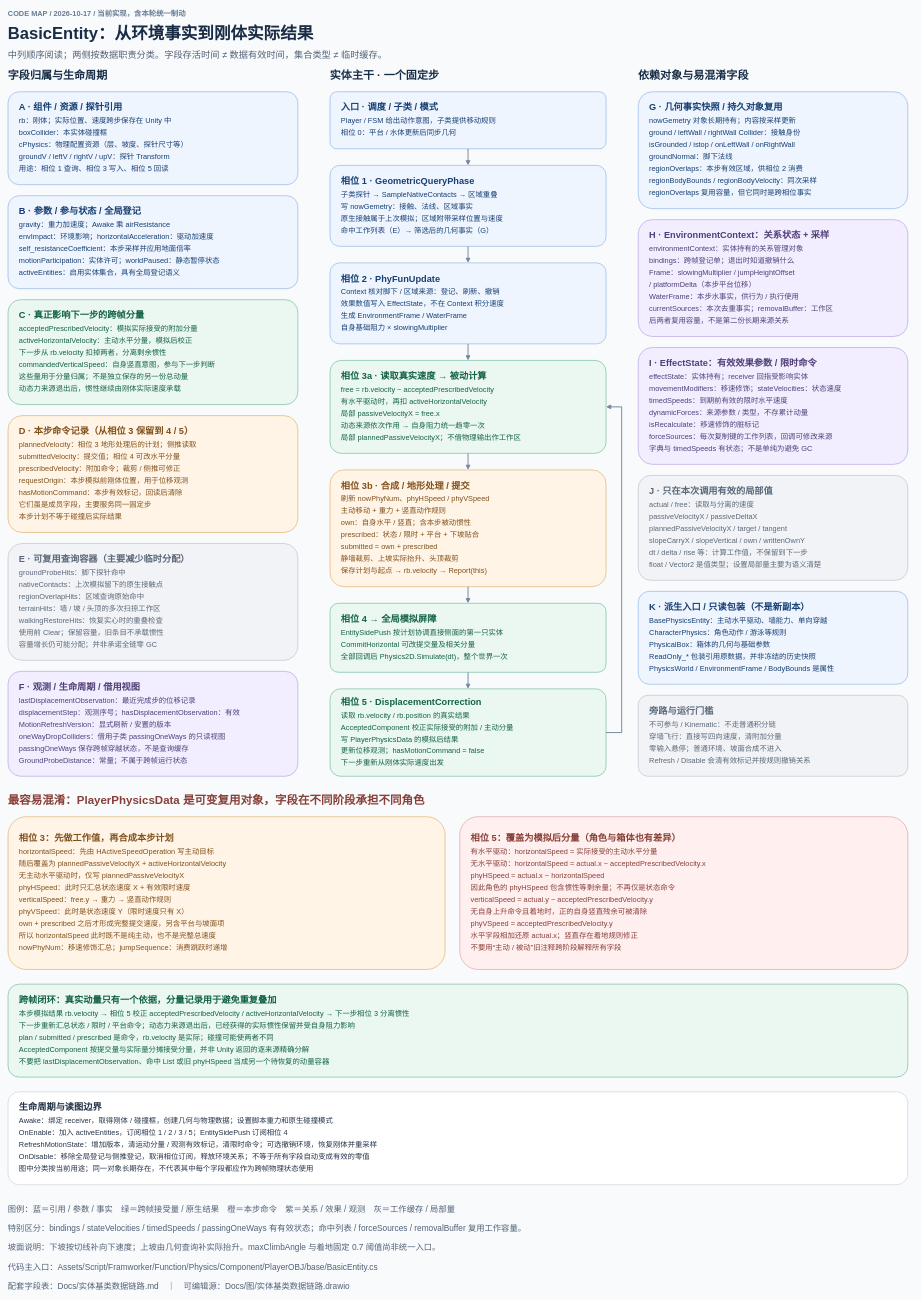
Above: Docs/图/实体基类数据链路.drawio in TaiTanw/New2DObject (draw.io), before the change. Source tidied: cells renumbered, new cells numbered last; positions are measured from the earlier drawing's top-left corner, leaving out a move shared by most shapes. Both pictures are drawn from the tidied source at 46%, with x=0, y=0 at pixel (8, 8).
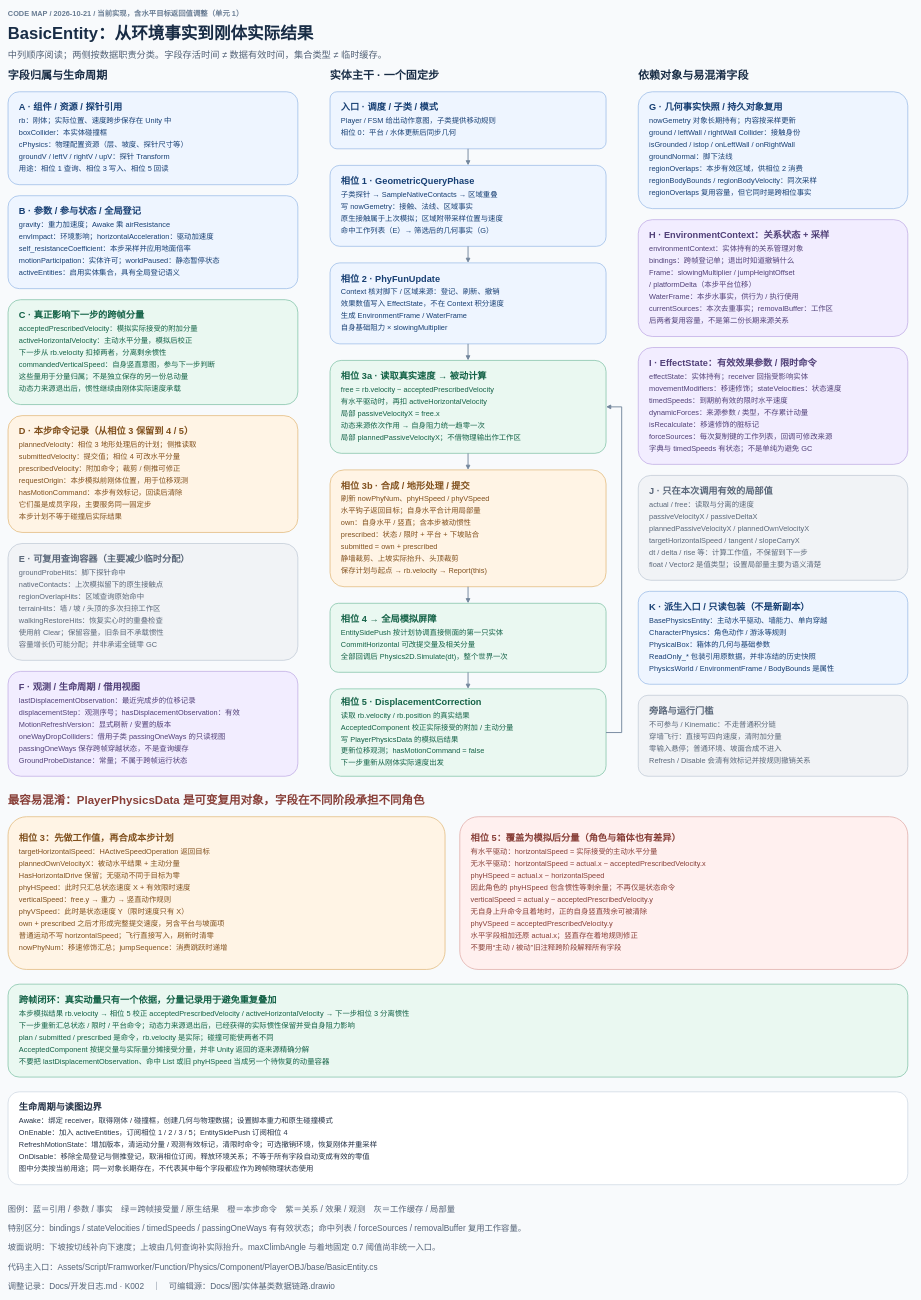
The same page after the edit.

Change to the diagram source:
```diff
@@
-    <mxCell id="12" value="&lt;b style=&quot;font-size:20px&quot;&gt;相位 3b · 合成 / 地形处理 / 提交&lt;/b&gt;&lt;div style=&quot;height:5px&quot;&gt;&lt;/div&gt;&lt;div style=&quot;font-size:16px;line-height:26px&quot;&gt;刷新 nowPhyNum、phyHSpeed / phyVSpeed&lt;/div&gt;&lt;div style=&quot;font-size:16px;line-height:26px&quot;&gt;主动移动 + 重力 + 竖直动作规则&lt;/div&gt;&lt;div style=&quot;font-size:16px;line-height:26px&quot;&gt;own：自身水平 / 竖直；含本步被动惯性&lt;/div&gt;&lt;div style=&quot;font-size:16px;line-height:26px&quot;&gt;prescribed：状态 / 限时 + 平台 + 下坡贴合&lt;/div&gt;&lt;div style=&quot;font-size:16px;line-height:26px&quot;&gt;submitted = own + prescribed&lt;/div&gt;&lt;div style=&quot;font-size:16px;line-height:26px&quot;&gt;静墙裁剪、上坡实际抬升、头顶裁剪&lt;/div&gt;&lt;div style=&quot;font-size:16px;line-height:26px&quot;&gt;保存计划与起点 → rb.velocity → Report(this)&lt;/div&gt;" style="rounded=1;arcSize=12;whiteSpace=wrap;html=1;align=left;verticalAlign=middle;spacingLeft=22;spacingRight=16;spacingTop=0;fontFamily=Microsoft YaHei;fontSize=16;fontColor=#80501d;fillColor=#fff4e5;strokeColor=#dfb471;strokeWidth=1.5;" parent="1" vertex="1">
+    <mxCell id="12" value="&lt;b style=&quot;font-size:20px&quot;&gt;相位 3b · 合成 / 地形处理 / 提交&lt;/b&gt;&lt;div style=&quot;height:5px&quot;&gt;&lt;/div&gt;&lt;div style=&quot;font-size:16px;line-height:26px&quot;&gt;刷新 nowPhyNum、phyHSpeed / phyVSpeed&lt;/div&gt;&lt;div style=&quot;font-size:16px;line-height:26px&quot;&gt;水平钩子返回目标；自身水平合计用局部量&lt;/div&gt;&lt;div style=&quot;font-size:16px;line-height:26px&quot;&gt;own：自身水平 / 竖直；含本步被动惯性&lt;/div&gt;&lt;div style=&quot;font-size:16px;line-height:26px&quot;&gt;prescribed：状态 / 限时 + 平台 + 下坡贴合&lt;/div&gt;&lt;div style=&quot;font-size:16px;line-height:26px&quot;&gt;submitted = own + prescribed&lt;/div&gt;&lt;div style=&quot;font-size:16px;line-height:26px&quot;&gt;静墙裁剪、上坡实际抬升、头顶裁剪&lt;/div&gt;&lt;div style=&quot;font-size:16px;line-height:26px&quot;&gt;保存计划与起点 → rb.velocity → Report(this)&lt;/div&gt;" style="rounded=1;arcSize=12;whiteSpace=wrap;html=1;align=left;verticalAlign=middle;spacingLeft=22;spacingRight=16;spacingTop=0;fontFamily=Microsoft YaHei;fontSize=16;fontColor=#80501d;fillColor=#fff4e5;strokeColor=#dfb471;strokeWidth=1.5;" parent="1" vertex="1">
       <mxGeometry x="700" y="1004" width="600" height="254" as="geometry" />
     </mxCell>
@@
-    <mxCell id="18" value="&lt;b style=&quot;font-size:20px&quot;&gt;J · 只在本次调用有效的局部值&lt;/b&gt;&lt;div style=&quot;height:5px&quot;&gt;&lt;/div&gt;&lt;div style=&quot;font-size:16px;line-height:26px&quot;&gt;actual / free：读取与分离的速度&lt;/div&gt;&lt;div style=&quot;font-size:16px;line-height:26px&quot;&gt;passiveVelocityX / passiveDeltaX&lt;/div&gt;&lt;div style=&quot;font-size:16px;line-height:26px&quot;&gt;plannedPassiveVelocityX / target / tangent&lt;/div&gt;&lt;div style=&quot;font-size:16px;line-height:26px&quot;&gt;slopeCarryX / slopeVertical / own / writtenOwnY&lt;/div&gt;&lt;div style=&quot;font-size:16px;line-height:26px&quot;&gt;dt / delta / rise 等：计算工作值，不保留到下一步&lt;/div&gt;&lt;div style=&quot;font-size:16px;line-height:26px&quot;&gt;float / Vector2 是值类型；设置局部量主要为语义清楚&lt;/div&gt;" style="rounded=1;arcSize=12;whiteSpace=wrap;html=1;align=left;verticalAlign=middle;spacingLeft=22;spacingRight=16;spacingTop=0;fontFamily=Microsoft YaHei;fontSize=16;fontColor=#5b687a;fillColor=#f1f3f6;strokeColor=#bdc7d3;strokeWidth=1.5;" parent="1" vertex="1">
+    <mxCell id="18" value="&lt;b style=&quot;font-size:20px&quot;&gt;J · 只在本次调用有效的局部值&lt;/b&gt;&lt;div style=&quot;height:5px&quot;&gt;&lt;/div&gt;&lt;div style=&quot;font-size:16px;line-height:26px&quot;&gt;actual / free：读取与分离的速度&lt;/div&gt;&lt;div style=&quot;font-size:16px;line-height:26px&quot;&gt;passiveVelocityX / passiveDeltaX&lt;/div&gt;&lt;div style=&quot;font-size:16px;line-height:26px&quot;&gt;plannedPassiveVelocityX / plannedOwnVelocityX&lt;/div&gt;&lt;div style=&quot;font-size:16px;line-height:26px&quot;&gt;targetHorizontalSpeed / tangent / slopeCarryX&lt;/div&gt;&lt;div style=&quot;font-size:16px;line-height:26px&quot;&gt;dt / delta / rise 等：计算工作值，不保留到下一步&lt;/div&gt;&lt;div style=&quot;font-size:16px;line-height:26px&quot;&gt;float / Vector2 是值类型；设置局部量主要为语义清楚&lt;/div&gt;" style="rounded=1;arcSize=12;whiteSpace=wrap;html=1;align=left;verticalAlign=middle;spacingLeft=22;spacingRight=16;spacingTop=0;fontFamily=Microsoft YaHei;fontSize=16;fontColor=#5b687a;fillColor=#f1f3f6;strokeColor=#bdc7d3;strokeWidth=1.5;" parent="1" vertex="1">
       <mxGeometry x="1370" y="1016" width="586" height="228" as="geometry" />
     </mxCell>
@@
-    <mxCell id="21" value="&lt;b style=&quot;font-size:20px&quot;&gt;相位 3：先做工作值，再合成本步计划&lt;/b&gt;&lt;div style=&quot;height:5px&quot;&gt;&lt;/div&gt;&lt;div style=&quot;font-size:16px;line-height:26px&quot;&gt;horizontalSpeed：先由 HActiveSpeedOperation 写主动目标&lt;/div&gt;&lt;div style=&quot;font-size:16px;line-height:26px&quot;&gt;随后覆盖为 plannedPassiveVelocityX + activeHorizontalVelocity&lt;/div&gt;&lt;div style=&quot;font-size:16px;line-height:26px&quot;&gt;无主动水平驱动时，仅写 plannedPassiveVelocityX&lt;/div&gt;&lt;div style=&quot;font-size:16px;line-height:26px&quot;&gt;phyHSpeed：此时只汇总状态速度 X + 有效限时速度&lt;/div&gt;&lt;div style=&quot;font-size:16px;line-height:26px&quot;&gt;verticalSpeed：free.y → 重力 → 竖直动作规则&lt;/div&gt;&lt;div style=&quot;font-size:16px;line-height:26px&quot;&gt;phyVSpeed：此时是状态速度 Y（限时速度只有 X）&lt;/div&gt;&lt;div style=&quot;font-size:16px;line-height:26px&quot;&gt;own + prescribed 之后才形成完整提交速度，另含平台与坡面项&lt;/div&gt;&lt;div style=&quot;font-size:16px;line-height:26px&quot;&gt;所以 horizontalSpeed 此时既不是纯主动，也不是完整总速度&lt;/div&gt;&lt;div style=&quot;font-size:16px;line-height:26px&quot;&gt;nowPhyNum：移速修饰汇总；jumpSequence：消费跳跃时递增&lt;/div&gt;" style="rounded=1;arcSize=12;whiteSpace=wrap;html=1;align=left;verticalAlign=middle;spacingLeft=22;spacingRight=16;spacingTop=0;fontFamily=Microsoft YaHei;fontSize=16;fontColor=#80501d;fillColor=#fff4e5;strokeColor=#dfb471;strokeWidth=1.5;" parent="1" vertex="1">
+    <mxCell id="21" value="&lt;b style=&quot;font-size:20px&quot;&gt;相位 3：先做工作值，再合成本步计划&lt;/b&gt;&lt;div style=&quot;height:5px&quot;&gt;&lt;/div&gt;&lt;div style=&quot;font-size:16px;line-height:26px&quot;&gt;targetHorizontalSpeed：HActiveSpeedOperation 返回目标&lt;/div&gt;&lt;div style=&quot;font-size:16px;line-height:26px&quot;&gt;plannedOwnVelocityX：被动水平结果 + 主动分量&lt;/div&gt;&lt;div style=&quot;font-size:16px;line-height:26px&quot;&gt;HasHorizontalDrive 保留；无驱动不同于目标为零&lt;/div&gt;&lt;div style=&quot;font-size:16px;line-height:26px&quot;&gt;phyHSpeed：此时只汇总状态速度 X + 有效限时速度&lt;/div&gt;&lt;div style=&quot;font-size:16px;line-height:26px&quot;&gt;verticalSpeed：free.y → 重力 → 竖直动作规则&lt;/div&gt;&lt;div style=&quot;font-size:16px;line-height:26px&quot;&gt;phyVSpeed：此时是状态速度 Y（限时速度只有 X）&lt;/div&gt;&lt;div style=&quot;font-size:16px;line-height:26px&quot;&gt;own + prescribed 之后才形成完整提交速度，另含平台与坡面项&lt;/div&gt;&lt;div style=&quot;font-size:16px;line-height:26px&quot;&gt;普通运动不写 horizontalSpeed；飞行直接写入，刷新时清零&lt;/div&gt;&lt;div style=&quot;font-size:16px;line-height:26px&quot;&gt;nowPhyNum：移速修饰汇总；jumpSequence：消费跳跃时递增&lt;/div&gt;" style="rounded=1;arcSize=12;whiteSpace=wrap;html=1;align=left;verticalAlign=middle;spacingLeft=22;spacingRight=16;spacingTop=0;fontFamily=Microsoft YaHei;fontSize=16;fontColor=#80501d;fillColor=#fff4e5;strokeColor=#dfb471;strokeWidth=1.5;" parent="1" vertex="1">
       <mxGeometry y="1758" width="950" height="332" as="geometry" />
     </mxCell>
@@
-    <mxCell id="32" value="CODE MAP  /  2026-10-17  /  当前实现，含本轮统一制动" style="text;html=0;whiteSpace=wrap;align=left;verticalAlign=middle;spacing=0;fontFamily=Microsoft YaHei;fontSize=16;fontColor=#687c93;fontStyle=1;" parent="1" vertex="1">
+    <mxCell id="32" value="CODE MAP  /  2026-10-21  /  当前实现，含水平目标返回值调整（单元 1）" style="text;html=0;whiteSpace=wrap;align=left;verticalAlign=middle;spacing=0;fontFamily=Microsoft YaHei;fontSize=16;fontColor=#687c93;fontStyle=1;" parent="1" vertex="1">
       <mxGeometry width="1968" height="24" as="geometry" />
     </mxCell>
@@
-    <mxCell id="43" value="配套字段表：Docs/实体基类数据链路.md　｜　可编辑源：Docs/图/实体基类数据链路.drawio" style="text;html=0;whiteSpace=wrap;align=left;verticalAlign=middle;spacing=0;fontFamily=Microsoft YaHei;fontSize=18;fontColor=#526176;fontStyle=0;" parent="1" vertex="1">
+    <mxCell id="43" value="调整记录：Docs/开发日志.md · K002　｜　可编辑源：Docs/图/实体基类数据链路.drawio" style="text;html=0;whiteSpace=wrap;align=left;verticalAlign=middle;spacing=0;fontFamily=Microsoft YaHei;fontSize=18;fontColor=#526176;fontStyle=0;" parent="1" vertex="1">
       <mxGeometry y="2766" width="1968" height="26" as="geometry" />
     </mxCell>
```
